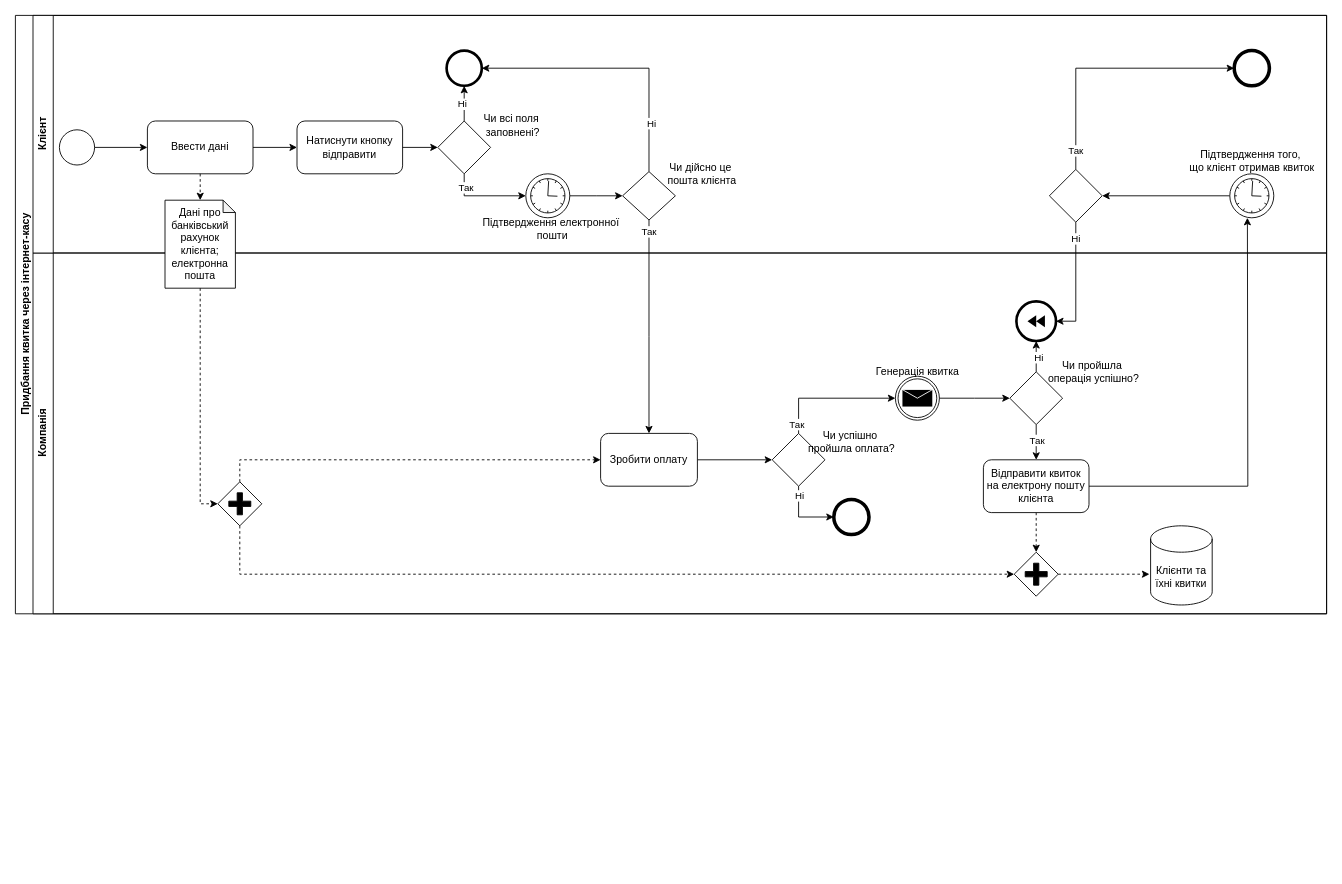
Before: bnpm.drawio in n3wb1e05/qa-qc-labs, a draw.io diagram. Source tidied: cells renumbered, new cells numbered last; positions are measured from the earlier drawing's top-left corner, leaving out a move shared by most shapes. Both pictures are drawn from the tidied source at 88%, with x=0, y=0 at pixel (15, 15).
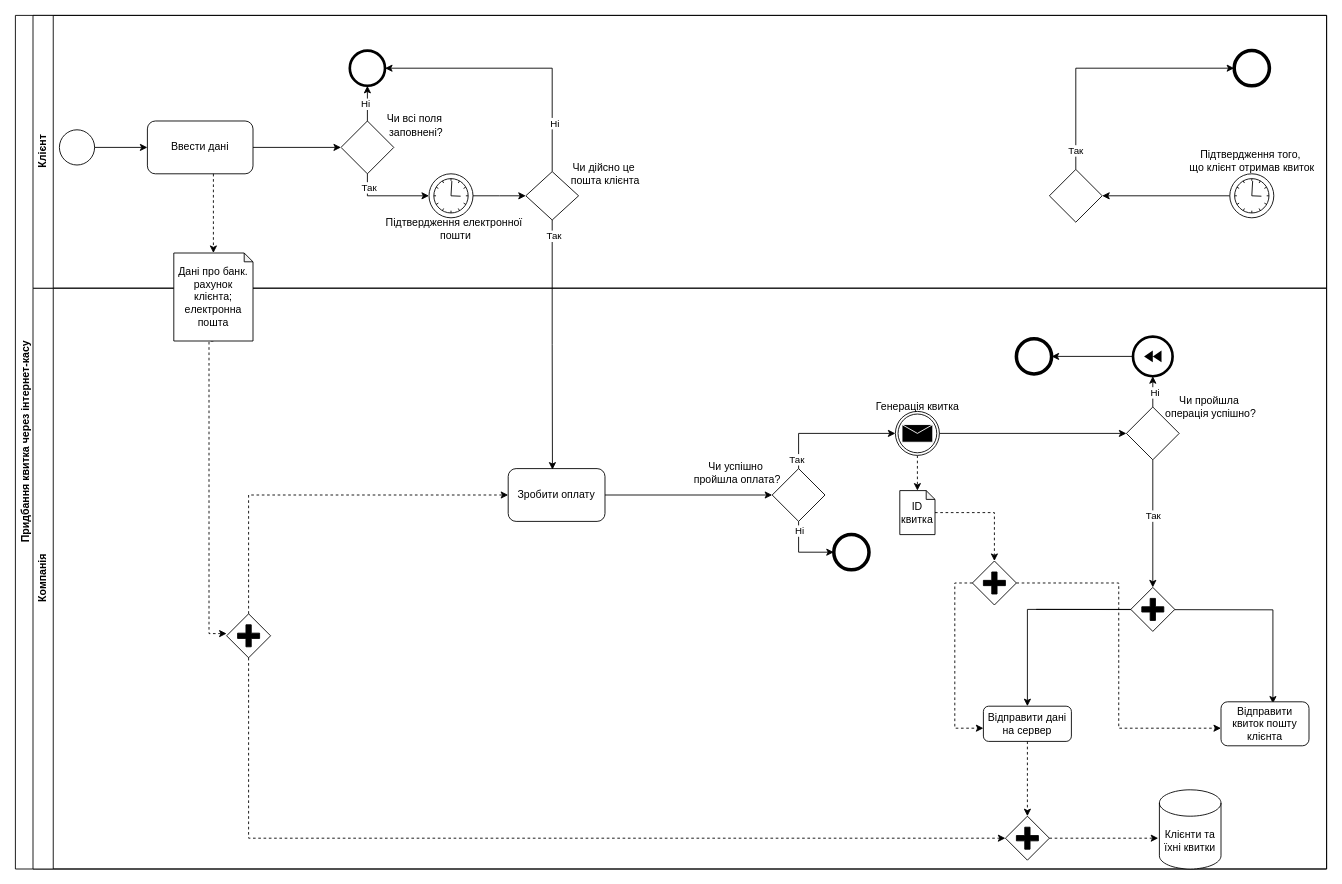
After the change.

Unchanged cells that the change refers to:
```xml
<mxCell id="15" style="points=[[0.145,0.145,0],[0.5,0,0],[0.855,0.145,0],[1,0.5,0],[0.855,0.855,0],[0.5,1,0],[0.145,0.855,0],[0,0.5,0]];shape=mxgraph.bpmn.event;html=1;verticalLabelPosition=bottom;labelBackgroundColor=#ffffff;verticalAlign=top;align=center;perimeter=ellipsePerimeter;outlineConnect=0;outline=throwing;symbol=message;" parent="3" vertex="1">
  <mxGeometry x="980" y="140" width="50" height="50" as="geometry" />
</mxCell>
<mxCell id="34" value="Ввести дані" style="rounded=1;whiteSpace=wrap;html=1;" parent="32" vertex="1">
  <mxGeometry x="130" y="120" width="120" height="60" as="geometry" />
</mxCell>
<mxCell id="58" style="rhombus;whiteSpace=wrap;html=1;" parent="32" vertex="1">
  <mxGeometry x="1155" y="175" width="60" height="60" as="geometry" />
</mxCell>
```

Diff of the diagram source:
```diff
@@
     <mxCell id="2" value="Придбання квитка через інтернет-касу" style="swimlane;horizontal=0;whiteSpace=wrap;html=1;" parent="1" vertex="1">
-      <mxGeometry width="1490" height="680" as="geometry" />
+      <mxGeometry width="1490" height="970" as="geometry" />
     </mxCell>
     <mxCell id="3" value="Компанія" style="swimlane;horizontal=0;whiteSpace=wrap;html=1;" parent="2" vertex="1">
-      <mxGeometry x="20" y="270" width="1470" height="410" as="geometry" />
+      <mxGeometry x="20" y="310" width="1470" height="660" as="geometry" />
     </mxCell>
@@
     <mxCell id="6" value="Зробити оплату" style="rounded=1;whiteSpace=wrap;html=1;" parent="3" vertex="1">
-      <mxGeometry x="645" y="205" width="110" height="60" as="geometry" />
+      <mxGeometry x="540" y="205" width="110" height="60" as="geometry" />
     </mxCell>
@@
     <mxCell id="8" value="Чи успішно&amp;nbsp;&lt;div&gt;пройшла оплата?&lt;/div&gt;" style="text;html=1;align=center;verticalAlign=middle;strokeColor=none;fillColor=none;" parent="3" vertex="1">
-      <mxGeometry x="870" y="195" width="120" height="40" as="geometry" />
+      <mxGeometry x="740" y="190" width="120" height="40" as="geometry" />
     </mxCell>
@@
     <mxCell id="14" style="points=[[0.25,0.25,0],[0.5,0,0],[0.75,0.25,0],[1,0.5,0],[0.75,0.75,0],[0.5,1,0],[0.25,0.75,0],[0,0.5,0]];shape=mxgraph.bpmn.gateway2;html=1;verticalLabelPosition=bottom;labelBackgroundColor=#ffffff;verticalAlign=top;align=center;perimeter=rhombusPerimeter;outlineConnect=0;outline=none;symbol=none;gwType=parallel;" parent="3" vertex="1">
-      <mxGeometry x="1115" y="340" width="50" height="50" as="geometry" />
+      <mxGeometry x="1105" y="600" width="50" height="50" as="geometry" />
     </mxCell>
+    <mxCell id="68" style="edgeStyle=orthogonalEdgeStyle;rounded=0;jettySize=auto;html=1;exitX=0.5;exitY=1;exitDx=0;exitDy=0;exitPerimeter=0;dashed=1;" parent="3" edge="1" source="15">
+      <mxGeometry relative="1" as="geometry">
+        <mxPoint x="1005" y="230" as="targetPoint" />
+      </mxGeometry>
+    </mxCell>
@@
     <mxCell id="18" style="points=[[0.25,0.25,0],[0.5,0,0],[0.75,0.25,0],[1,0.5,0],[0.75,0.75,0],[0.5,1,0],[0.25,0.75,0],[0,0.5,0]];shape=mxgraph.bpmn.gateway2;html=1;verticalLabelPosition=bottom;labelBackgroundColor=#ffffff;verticalAlign=top;align=center;perimeter=rhombusPerimeter;outlineConnect=0;outline=none;symbol=none;gwType=parallel;" parent="3" vertex="1">
-      <mxGeometry x="210" y="260" width="50" height="50" as="geometry" />
+      <mxGeometry x="220" y="370" width="50" height="50" as="geometry" />
     </mxCell>
@@
-    <mxCell id="20" style="edgeStyle=orthogonalEdgeStyle;rounded=0;jettySize=auto;html=1;exitX=1;exitY=0.5;exitDx=0;exitDy=0;exitPerimeter=0;" parent="3" edge="1" source="15">
-      <mxGeometry relative="1" as="geometry">
-        <mxPoint x="1110" y="165" as="targetPoint" />
-      </mxGeometry>
+    <mxCell id="20" style="edgeStyle=orthogonalEdgeStyle;rounded=0;jettySize=auto;html=1;exitX=1;exitY=0.5;exitDx=0;exitDy=0;exitPerimeter=0;entryX=0;entryY=0.5;entryDx=0;entryDy=0;" parent="3" edge="1" source="15" target="25">
+      <mxGeometry relative="1" as="geometry" />
     </mxCell>
     <mxCell id="21" value="&lt;span style=&quot;background-color: initial;&quot;&gt;Клієнти та їхні квитки&lt;/span&gt;" style="shape=cylinder3;whiteSpace=wrap;html=1;boundedLbl=1;backgroundOutline=1;size=15;" parent="3" vertex="1">
-      <mxGeometry x="1270" y="310" width="70" height="90" as="geometry" />
+      <mxGeometry x="1280" y="570" width="70" height="90" as="geometry" />
     </mxCell>
@@
-    <mxCell id="23" style="edgeStyle=orthogonalEdgeStyle;rounded=0;jettySize=auto;html=1;entryX=0.5;entryY=0;entryDx=0;entryDy=0;" parent="3" edge="1" source="25" target="31">
+    <mxCell id="23" style="edgeStyle=orthogonalEdgeStyle;rounded=0;jettySize=auto;html=1;entryX=0.5;entryY=0;entryDx=0;entryDy=0;entryPerimeter=0;" parent="3" edge="1" source="25" target="74">
       <mxGeometry relative="1" as="geometry" />
     </mxCell>
@@
     <mxCell id="25" style="rhombus;whiteSpace=wrap;html=1;" parent="3" vertex="1">
-      <mxGeometry x="1110" y="135" width="60" height="60" as="geometry" />
+      <mxGeometry x="1242.5" y="135" width="60" height="60" as="geometry" />
     </mxCell>
     <mxCell id="26" value="Чи пройшла&amp;nbsp;&lt;div&gt;операція успішно?&lt;/div&gt;" style="text;html=1;align=center;verticalAlign=middle;strokeColor=none;fillColor=none;" parent="3" vertex="1">
-      <mxGeometry x="1140" y="115" width="130" height="40" as="geometry" />
+      <mxGeometry x="1272.5" y="115" width="130" height="40" as="geometry" />
     </mxCell>
+    <mxCell id="69" style="edgeStyle=orthogonalEdgeStyle;rounded=0;jettySize=auto;html=1;exitX=0;exitY=0.5;exitDx=0;exitDy=0;exitPerimeter=0;entryX=1;entryY=0.5;entryDx=0;entryDy=0;" parent="3" edge="1" source="27" target="78">
+      <mxGeometry relative="1" as="geometry" />
+    </mxCell>
     <mxCell id="27" style="points=[[0.145,0.145,0],[0.5,0,0],[0.855,0.145,0],[1,0.5,0],[0.855,0.855,0],[0.5,1,0],[0.145,0.855,0],[0,0.5,0]];shape=mxgraph.bpmn.event;html=1;verticalLabelPosition=bottom;labelBackgroundColor=#ffffff;verticalAlign=top;align=center;perimeter=ellipsePerimeter;outlineConnect=0;outline=end;symbol=compensation;" parent="3" vertex="1">
-      <mxGeometry x="1117.5" y="55" width="45" height="45" as="geometry" />
+      <mxGeometry x="1250" y="55" width="45" height="45" as="geometry" />
     </mxCell>
@@
-    <mxCell id="30" style="edgeStyle=orthogonalEdgeStyle;rounded=0;jettySize=auto;html=1;dashed=1;" parent="3" edge="1" source="31" target="14">
-      <mxGeometry relative="1" as="geometry" />
-    </mxCell>
-    <mxCell id="31" value="Відправити квиток на електрону пошту клієнта" style="rounded=1;whiteSpace=wrap;html=1;" parent="3" vertex="1">
-      <mxGeometry x="1080" y="235" width="120" height="60" as="geometry" />
-    </mxCell>
+    <mxCell id="70" style="edgeStyle=orthogonalEdgeStyle;rounded=0;jettySize=auto;html=1;dashed=1;" parent="3" edge="1" source="71" target="79">
+      <mxGeometry relative="1" as="geometry" />
+    </mxCell>
+    <mxCell id="71" value="ID квитка" style="shape=note;whiteSpace=wrap;html=1;backgroundOutline=1;darkOpacity=0.05;size=10;" parent="3" vertex="1">
+      <mxGeometry x="985" y="230" width="40" height="50" as="geometry" />
+    </mxCell>
+    <mxCell id="72" style="edgeStyle=orthogonalEdgeStyle;rounded=0;jettySize=auto;html=1;exitX=1;exitY=0.5;exitDx=0;exitDy=0;exitPerimeter=0;entryX=0.59;entryY=0.04;entryDx=0;entryDy=0;entryPerimeter=0;" parent="3" edge="1" target="76">
+      <mxGeometry relative="1" as="geometry">
+        <mxPoint x="1140" y="365" as="sourcePoint" />
+      </mxGeometry>
+    </mxCell>
+    <mxCell id="73" style="edgeStyle=orthogonalEdgeStyle;rounded=0;jettySize=auto;html=1;exitX=0;exitY=0.5;exitDx=0;exitDy=0;exitPerimeter=0;entryX=0.5;entryY=0;entryDx=0;entryDy=0;" parent="3" edge="1" source="74" target="75">
+      <mxGeometry relative="1" as="geometry" />
+    </mxCell>
+    <mxCell id="74" style="points=[[0.25,0.25,0],[0.5,0,0],[0.75,0.25,0],[1,0.5,0],[0.75,0.75,0],[0.5,1,0],[0.25,0.75,0],[0,0.5,0]];shape=mxgraph.bpmn.gateway2;html=1;verticalLabelPosition=bottom;labelBackgroundColor=#ffffff;verticalAlign=top;align=center;perimeter=rhombusPerimeter;outlineConnect=0;outline=none;symbol=none;gwType=parallel;" parent="3" vertex="1">
+      <mxGeometry x="1247.5" y="340" width="50" height="50" as="geometry" />
+    </mxCell>
+    <mxCell id="75" value="Відправити дані на сервер" style="rounded=1;whiteSpace=wrap;html=1;" parent="3" vertex="1">
+      <mxGeometry x="1080" y="475" width="100" height="40" as="geometry" />
+    </mxCell>
+    <mxCell id="76" value="Відправити квиток пошту клієнта" style="rounded=1;whiteSpace=wrap;html=1;" parent="3" vertex="1">
+      <mxGeometry x="1350" y="470" width="100" height="50" as="geometry" />
+    </mxCell>
+    <mxCell id="77" style="endArrow=classic;html=1;rounded=0;exitX=0.5;exitY=1;exitDx=0;exitDy=0;entryX=0.5;entryY=0;entryDx=0;entryDy=0;entryPerimeter=0;dashed=1;" parent="3" edge="1" source="75" target="14">
+      <mxGeometry relative="1" as="geometry" />
+    </mxCell>
+    <mxCell id="78" style="ellipse;whiteSpace=wrap;html=1;strokeWidth=4;" parent="3" vertex="1">
+      <mxGeometry x="1117.5" y="57.5" width="40" height="40" as="geometry" />
+    </mxCell>
+    <mxCell id="79" style="points=[[0.25,0.25,0],[0.5,0,0],[0.75,0.25,0],[1,0.5,0],[0.75,0.75,0],[0.5,1,0],[0.25,0.75,0],[0,0.5,0]];shape=mxgraph.bpmn.gateway2;html=1;verticalLabelPosition=bottom;labelBackgroundColor=#ffffff;verticalAlign=top;align=center;perimeter=rhombusPerimeter;outlineConnect=0;outline=none;symbol=none;gwType=parallel;" parent="3" vertex="1">
+      <mxGeometry x="1067.5" y="310" width="50" height="50" as="geometry" />
+    </mxCell>
+    <mxCell id="80" style="edgeStyle=orthogonalEdgeStyle;rounded=0;jettySize=auto;html=1;entryX=0;entryY=0.6;entryDx=0;entryDy=0;entryPerimeter=0;dashed=1;" parent="3" edge="1" source="79" target="76">
+      <mxGeometry relative="1" as="geometry" />
+    </mxCell>
+    <mxCell id="81" style="edgeStyle=orthogonalEdgeStyle;rounded=0;jettySize=auto;html=1;exitX=0;exitY=0.5;exitDx=0;exitDy=0;exitPerimeter=0;entryX=0;entryY=0.625;entryDx=0;entryDy=0;entryPerimeter=0;dashed=1;" parent="3" edge="1" source="79" target="75">
+      <mxGeometry relative="1" as="geometry" />
+    </mxCell>
+    <mxCell id="62" style="edgeStyle=orthogonalEdgeStyle;rounded=0;jettySize=auto;html=1;entryX=0;entryY=0.5;entryDx=0;entryDy=0;entryPerimeter=0;dashed=1;exitX=0.5;exitY=1;exitDx=0;exitDy=0;exitPerimeter=0;" parent="3" edge="1" source="82">
+      <mxGeometry relative="1" as="geometry">
+        <mxPoint x="220" y="392.5" as="targetPoint" />
+        <Array as="points">
+          <mxPoint x="200" y="60" />
+          <mxPoint x="200" y="393" />
+        </Array>
+      </mxGeometry>
+    </mxCell>
     <mxCell id="32" value="Клієнт" style="swimlane;horizontal=0;whiteSpace=wrap;html=1;startSize=23;" parent="2" vertex="1">
-      <mxGeometry x="20" width="1470" height="270" as="geometry" />
+      <mxGeometry x="20" width="1470" height="310" as="geometry" />
     </mxCell>
@@
-    <mxCell id="35" value="Дані про банківський рахунок клієнта&lt;span style=&quot;background-color: initial;&quot;&gt;; електронна пошта&lt;/span&gt;" style="shape=note;whiteSpace=wrap;html=1;backgroundOutline=1;darkOpacity=0.05;size=14;" parent="32" vertex="1">
-      <mxGeometry x="150" y="210" width="80" height="100" as="geometry" />
-    </mxCell>
@@
-    <mxCell id="37" value="Натиснути кнопку відправити" style="rounded=1;whiteSpace=wrap;html=1;" parent="32" vertex="1">
-      <mxGeometry x="300" y="120" width="120" height="60" as="geometry" />
-    </mxCell>
-    <mxCell id="38" style="endArrow=classic;html=1;rounded=0;exitX=1;exitY=0.5;exitDx=0;exitDy=0;" parent="32" edge="1" source="34" target="37">
+    <mxCell id="38" style="endArrow=classic;html=1;rounded=0;exitX=1;exitY=0.5;exitDx=0;exitDy=0;entryX=0;entryY=0.5;entryDx=0;entryDy=0;" parent="32" edge="1" source="34" target="43">
       <mxGeometry relative="1" as="geometry" />
     </mxCell>
@@
     <mxCell id="41" style="edgeStyle=orthogonalEdgeStyle;rounded=0;jettySize=auto;html=1;exitX=0.5;exitY=1;exitDx=0;exitDy=0;entryX=0;entryY=0.5;entryDx=0;entryDy=0;entryPerimeter=0;" parent="32" edge="1" source="43" target="48">
       <mxGeometry relative="1" as="geometry">
         <Array as="points">
-          <mxPoint x="490" y="205" />
+          <mxPoint x="380" y="205" />
         </Array>
       </mxGeometry>
     </mxCell>
@@
     <mxCell id="43" style="rhombus;whiteSpace=wrap;html=1;" parent="32" vertex="1">
-      <mxGeometry x="460" y="120" width="60" height="60" as="geometry" />
+      <mxGeometry x="350" y="120" width="60" height="60" as="geometry" />
     </mxCell>
-    <mxCell id="44" style="endArrow=classic;html=1;rounded=0;exitX=1;exitY=0.5;exitDx=0;exitDy=0;" parent="32" edge="1" source="37" target="43">
-      <mxGeometry relative="1" as="geometry" />
-    </mxCell>
     <mxCell id="45" value="Чи всі поля&amp;nbsp;&lt;div&gt;заповнені?&lt;/div&gt;" style="text;html=1;align=center;verticalAlign=middle;strokeColor=none;fillColor=none;" parent="32" vertex="1">
-      <mxGeometry x="500" y="105" width="90" height="40" as="geometry" />
+      <mxGeometry x="390" y="105" width="90" height="40" as="geometry" />
     </mxCell>
     <mxCell id="46" style="ellipse;whiteSpace=wrap;html=1;strokeWidth=3;" parent="32" vertex="1">
-      <mxGeometry x="470" y="40" width="40" height="40" as="geometry" />
+      <mxGeometry x="360" y="40" width="40" height="40" as="geometry" />
     </mxCell>
-    <mxCell id="47" style="edgeStyle=orthogonalEdgeStyle;rounded=0;jettySize=auto;html=1;exitX=0.5;exitY=1;exitDx=0;exitDy=0;entryX=0.5;entryY=0;entryDx=0;entryDy=0;entryPerimeter=0;dashed=1;" parent="32" edge="1" source="34" target="35">
-      <mxGeometry relative="1" as="geometry" />
-    </mxCell>
     <mxCell id="48" style="points=[[0.145,0.145,0],[0.5,0,0],[0.855,0.145,0],[1,0.5,0],[0.855,0.855,0],[0.5,1,0],[0.145,0.855,0],[0,0.5,0]];shape=mxgraph.bpmn.event;html=1;verticalLabelPosition=bottom;labelBackgroundColor=#ffffff;verticalAlign=top;align=center;perimeter=ellipsePerimeter;outlineConnect=0;outline=standard;symbol=timer;" parent="32" vertex="1">
-      <mxGeometry x="560" y="180" width="50" height="50" as="geometry" />
+      <mxGeometry x="450" y="180" width="50" height="50" as="geometry" />
     </mxCell>
     <mxCell id="49" value="Підтвердження електронної&amp;nbsp;&lt;div&gt;пошти&lt;/div&gt;" style="text;html=1;align=center;verticalAlign=middle;strokeColor=none;fillColor=none;" parent="32" vertex="1">
-      <mxGeometry x="500" y="223" width="180" height="40" as="geometry" />
+      <mxGeometry x="390" y="223" width="180" height="40" as="geometry" />
     </mxCell>
@@
     <mxCell id="52" style="rhombus;whiteSpace=wrap;html=1;" parent="32" vertex="1">
-      <mxGeometry x="670" y="177.5" width="60" height="55" as="geometry" />
+      <mxGeometry x="560" y="177.5" width="60" height="55" as="geometry" />
     </mxCell>
     <mxCell id="53" style="edgeStyle=orthogonalEdgeStyle;rounded=0;jettySize=auto;html=1;exitX=1;exitY=0.5;exitDx=0;exitDy=0;exitPerimeter=0;" parent="32" edge="1" source="48">
       <mxGeometry relative="1" as="geometry">
-        <mxPoint x="670" y="205" as="targetPoint" />
+        <mxPoint x="560" y="205" as="targetPoint" />
       </mxGeometry>
     </mxCell>
     <mxCell id="54" value="Чи дійсно це&amp;nbsp;&lt;div&gt;пошта клієнта&lt;/div&gt;" style="text;html=1;align=center;verticalAlign=middle;strokeColor=none;fillColor=none;" parent="32" vertex="1">
-      <mxGeometry x="710" y="160" width="100" height="40" as="geometry" />
+      <mxGeometry x="600" y="160" width="100" height="40" as="geometry" />
     </mxCell>
@@
-    <mxCell id="62" style="edgeStyle=orthogonalEdgeStyle;rounded=0;jettySize=auto;html=1;exitX=0.5;exitY=1;exitDx=0;exitDy=0;exitPerimeter=0;entryX=0;entryY=0.5;entryDx=0;entryDy=0;entryPerimeter=0;dashed=1;" parent="2" edge="1" source="35" target="18">
-      <mxGeometry relative="1" as="geometry" />
-    </mxCell>
-    <mxCell id="63" style="edgeStyle=orthogonalEdgeStyle;rounded=0;jettySize=auto;html=1;entryX=0.5;entryY=0;entryDx=0;entryDy=0;" parent="2" edge="1" source="52" target="6">
-      <mxGeometry relative="1" as="geometry">
-        <Array as="points">
-          <mxPoint x="720" y="365" />
-        </Array>
-      </mxGeometry>
+    <mxCell id="63" style="edgeStyle=orthogonalEdgeStyle;rounded=0;jettySize=auto;html=1;exitX=0.5;exitY=1;exitDx=0;exitDy=0;entryX=0.457;entryY=0.02;entryDx=0;entryDy=0;entryPerimeter=0;" parent="2" edge="1" source="52" target="6">
+      <mxGeometry relative="1" as="geometry" />
     </mxCell>
     <mxCell id="64" value="Так" style="edgeLabel;html=1;align=center;verticalAlign=middle;" parent="63" vertex="1">
-      <mxGeometry x="-0.89" y="-1" relative="1" as="geometry" />
+      <mxGeometry x="-0.87" y="1" relative="1" as="geometry" />
     </mxCell>
-    <mxCell id="65" style="edgeStyle=orthogonalEdgeStyle;rounded=0;jettySize=auto;html=1;" parent="2" edge="1" source="31">
-      <mxGeometry relative="1" as="geometry">
-        <mxPoint x="1400" y="230" as="targetPoint" />
-      </mxGeometry>
-    </mxCell>
-    <mxCell id="66" style="edgeStyle=orthogonalEdgeStyle;rounded=0;jettySize=auto;html=1;exitX=0.5;exitY=1;exitDx=0;exitDy=0;entryX=1;entryY=0.5;entryDx=0;entryDy=0;entryPerimeter=0;" parent="2" edge="1" source="58" target="27">
-      <mxGeometry relative="1" as="geometry" />
-    </mxCell>
-    <mxCell id="67" value="Ні" style="edgeLabel;html=1;align=center;verticalAlign=middle;" parent="66" vertex="1">
-      <mxGeometry x="-0.74" y="-1" relative="1" as="geometry" />
-    </mxCell>
+    <mxCell id="82" value="Дані про банк. рахунок клієнта; eлектронна пошта" style="shape=note;whiteSpace=wrap;html=1;backgroundOutline=1;darkOpacity=0.05;size=10;" parent="2" vertex="1">
+      <mxGeometry x="180" y="270" width="90" height="100" as="geometry" />
+    </mxCell>
+    <mxCell id="47" style="edgeStyle=orthogonalEdgeStyle;rounded=0;jettySize=auto;html=1;entryX=0.5;entryY=0;entryDx=0;entryDy=0;entryPerimeter=0;dashed=1;" parent="2" edge="1" target="82">
+      <mxGeometry relative="1" as="geometry">
+        <mxPoint x="225" y="180" as="sourcePoint" />
+        <Array as="points">
+          <mxPoint x="225" y="180" />
+        </Array>
+      </mxGeometry>
+    </mxCell>
```
